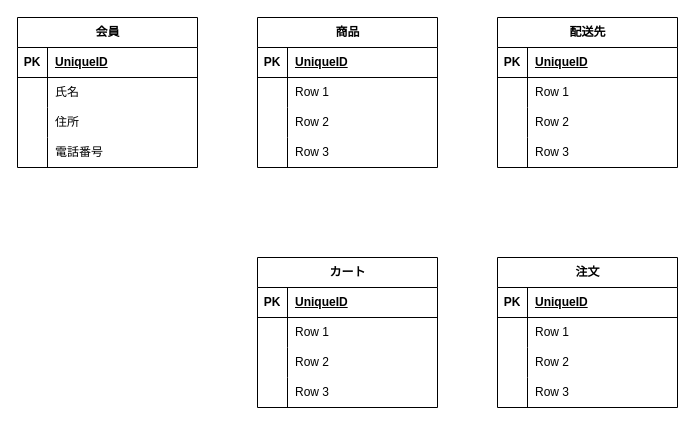
Above: ER図.drawio in Satoko0129/exercises (draw.io), before the change. Source tidied: cells renumbered, new cells numbered last; positions are measured from the earlier drawing's top-left corner, leaving out a move shared by most shapes. Both pictures are drawn from the tidied source at 100%, with x=0, y=0 at pixel (17, 17).
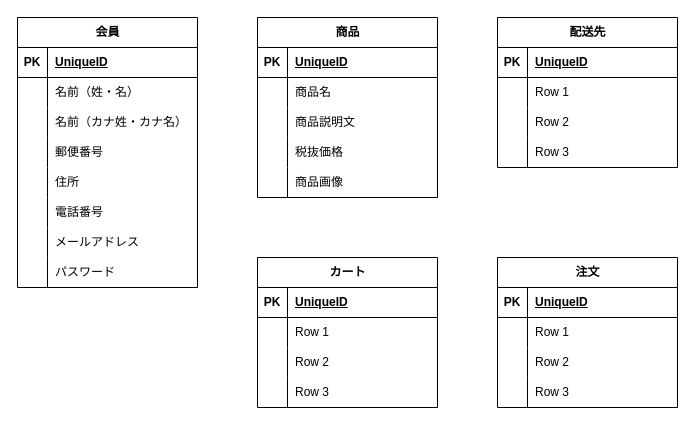
The same diagram, later.

Commit message (it also covers changes not shown here):
ER図.drawio を更新します

Unchanged cells that the change refers to:
```xml
<mxCell id="6" style="shape=tableRow;horizontal=0;startSize=0;swimlaneHead=0;swimlaneBody=0;fillColor=none;top=0;left=0;right=0;bottom=0;" parent="2" vertex="1">
  <mxGeometry y="60" width="180" height="30" as="geometry" />
</mxCell>
<mxCell id="9" style="shape=tableRow;horizontal=0;startSize=0;swimlaneHead=0;swimlaneBody=0;fillColor=none;top=0;left=0;right=0;bottom=0;" parent="2" vertex="1">
  <mxGeometry y="90" width="180" height="30" as="geometry" />
</mxCell>
<mxCell id="12" style="shape=tableRow;horizontal=0;startSize=0;swimlaneHead=0;swimlaneBody=0;fillColor=none;top=0;left=0;right=0;bottom=0;" parent="2" vertex="1">
  <mxGeometry y="120" width="180" height="30" as="geometry" />
</mxCell>
<mxCell id="19" style="shape=tableRow;horizontal=0;startSize=0;swimlaneHead=0;swimlaneBody=0;fillColor=none;top=0;left=0;right=0;bottom=0;" parent="15" vertex="1">
  <mxGeometry y="60" width="180" height="30" as="geometry" />
</mxCell>
<mxCell id="22" style="shape=tableRow;horizontal=0;startSize=0;swimlaneHead=0;swimlaneBody=0;fillColor=none;top=0;left=0;right=0;bottom=0;" parent="15" vertex="1">
  <mxGeometry y="90" width="180" height="30" as="geometry" />
</mxCell>
<mxCell id="25" style="shape=tableRow;horizontal=0;startSize=0;swimlaneHead=0;swimlaneBody=0;fillColor=none;top=0;left=0;right=0;bottom=0;" parent="15" vertex="1">
  <mxGeometry y="120" width="180" height="30" as="geometry" />
</mxCell>
```

Diff of the diagram source:
```diff
@@
     <mxCell id="2" value="会員" style="shape=table;startSize=30;childLayout=tableLayout;rowLines=0;fontStyle=1;align=center;html=1;" parent="1" vertex="1">
-      <mxGeometry width="180" height="150" as="geometry" />
+      <mxGeometry width="180" height="270" as="geometry" />
     </mxCell>
@@
-    <mxCell id="8" value="氏名" style="shape=partialRectangle;fillColor=none;top=0;left=0;bottom=0;right=0;align=left;spacingLeft=6;overflow=hidden;whiteSpace=wrap;html=1;" parent="6" vertex="1">
+    <mxCell id="8" value="名前（姓・名）" style="shape=partialRectangle;fillColor=none;top=0;left=0;bottom=0;right=0;align=left;spacingLeft=6;overflow=hidden;whiteSpace=wrap;html=1;" parent="6" vertex="1">
       <mxGeometry x="30" width="150" height="30" as="geometry" />
     </mxCell>
@@
-    <mxCell id="11" value="住所" style="shape=partialRectangle;fillColor=none;top=0;left=0;bottom=0;right=0;align=left;spacingLeft=6;overflow=hidden;whiteSpace=wrap;html=1;" parent="9" vertex="1">
+    <mxCell id="11" value="名前（カナ姓・カナ名）" style="shape=partialRectangle;fillColor=none;top=0;left=0;bottom=0;right=0;align=left;spacingLeft=6;overflow=hidden;whiteSpace=wrap;html=1;" parent="9" vertex="1">
       <mxGeometry x="30" width="150" height="30" as="geometry" />
     </mxCell>
@@
-    <mxCell id="14" value="電話番号" style="shape=partialRectangle;fillColor=none;top=0;left=0;bottom=0;right=0;align=left;spacingLeft=6;overflow=hidden;whiteSpace=wrap;html=1;" parent="12" vertex="1">
+    <mxCell id="14" value="郵便番号" style="shape=partialRectangle;fillColor=none;top=0;left=0;bottom=0;right=0;align=left;spacingLeft=6;overflow=hidden;whiteSpace=wrap;html=1;" parent="12" vertex="1">
       <mxGeometry x="30" width="150" height="30" as="geometry" />
     </mxCell>
+    <mxCell id="67" style="shape=tableRow;horizontal=0;startSize=0;swimlaneHead=0;swimlaneBody=0;fillColor=none;top=0;left=0;right=0;bottom=0;" parent="2" vertex="1">
+      <mxGeometry y="150" width="180" height="30" as="geometry" />
+    </mxCell>
+    <mxCell id="68" style="shape=partialRectangle;fillColor=none;top=0;left=0;bottom=0;right=0;overflow=hidden;whiteSpace=wrap;html=1;" parent="67" vertex="1">
+      <mxGeometry width="30" height="30" as="geometry" />
+    </mxCell>
+    <mxCell id="69" value="住所" style="shape=partialRectangle;fillColor=none;top=0;left=0;bottom=0;right=0;align=left;spacingLeft=6;overflow=hidden;whiteSpace=wrap;html=1;" parent="67" vertex="1">
+      <mxGeometry x="30" width="150" height="30" as="geometry" />
+    </mxCell>
+    <mxCell id="70" style="shape=tableRow;horizontal=0;startSize=0;swimlaneHead=0;swimlaneBody=0;fillColor=none;top=0;left=0;right=0;bottom=0;" parent="2" vertex="1">
+      <mxGeometry y="180" width="180" height="30" as="geometry" />
+    </mxCell>
+    <mxCell id="71" style="shape=partialRectangle;fillColor=none;top=0;left=0;bottom=0;right=0;overflow=hidden;whiteSpace=wrap;html=1;" parent="70" vertex="1">
+      <mxGeometry width="30" height="30" as="geometry" />
+    </mxCell>
+    <mxCell id="72" value="電話番号" style="shape=partialRectangle;fillColor=none;top=0;left=0;bottom=0;right=0;align=left;spacingLeft=6;overflow=hidden;whiteSpace=wrap;html=1;" parent="70" vertex="1">
+      <mxGeometry x="30" width="150" height="30" as="geometry" />
+    </mxCell>
+    <mxCell id="73" style="shape=tableRow;horizontal=0;startSize=0;swimlaneHead=0;swimlaneBody=0;fillColor=none;top=0;left=0;right=0;bottom=0;" parent="2" vertex="1">
+      <mxGeometry y="210" width="180" height="30" as="geometry" />
+    </mxCell>
+    <mxCell id="74" style="shape=partialRectangle;fillColor=none;top=0;left=0;bottom=0;right=0;overflow=hidden;whiteSpace=wrap;html=1;" parent="73" vertex="1">
+      <mxGeometry width="30" height="30" as="geometry" />
+    </mxCell>
+    <mxCell id="75" value="メールアドレス" style="shape=partialRectangle;fillColor=none;top=0;left=0;bottom=0;right=0;align=left;spacingLeft=6;overflow=hidden;whiteSpace=wrap;html=1;" parent="73" vertex="1">
+      <mxGeometry x="30" width="150" height="30" as="geometry" />
+    </mxCell>
+    <mxCell id="76" style="shape=tableRow;horizontal=0;startSize=0;swimlaneHead=0;swimlaneBody=0;fillColor=none;top=0;left=0;right=0;bottom=0;" parent="2" vertex="1">
+      <mxGeometry y="240" width="180" height="30" as="geometry" />
+    </mxCell>
+    <mxCell id="77" style="shape=partialRectangle;fillColor=none;top=0;left=0;bottom=0;right=0;overflow=hidden;whiteSpace=wrap;html=1;" parent="76" vertex="1">
+      <mxGeometry width="30" height="30" as="geometry" />
+    </mxCell>
+    <mxCell id="78" value="パスワード" style="shape=partialRectangle;fillColor=none;top=0;left=0;bottom=0;right=0;align=left;spacingLeft=6;overflow=hidden;whiteSpace=wrap;html=1;" parent="76" vertex="1">
+      <mxGeometry x="30" width="150" height="30" as="geometry" />
+    </mxCell>
     <mxCell id="15" value="商品" style="shape=table;startSize=30;childLayout=tableLayout;rowLines=0;fontStyle=1;align=center;html=1;" parent="1" vertex="1">
-      <mxGeometry x="240" width="180" height="150" as="geometry" />
+      <mxGeometry x="240" width="180" height="180" as="geometry" />
     </mxCell>
@@
-    <mxCell id="21" value="Row 1" style="shape=partialRectangle;fillColor=none;top=0;left=0;bottom=0;right=0;align=left;spacingLeft=6;overflow=hidden;whiteSpace=wrap;html=1;" parent="19" vertex="1">
+    <mxCell id="21" value="商品名" style="shape=partialRectangle;fillColor=none;top=0;left=0;bottom=0;right=0;align=left;spacingLeft=6;overflow=hidden;whiteSpace=wrap;html=1;" parent="19" vertex="1">
       <mxGeometry x="30" width="150" height="30" as="geometry" />
     </mxCell>
@@
-    <mxCell id="24" value="Row 2" style="shape=partialRectangle;fillColor=none;top=0;left=0;bottom=0;right=0;align=left;spacingLeft=6;overflow=hidden;whiteSpace=wrap;html=1;" parent="22" vertex="1">
+    <mxCell id="24" value="商品説明文" style="shape=partialRectangle;fillColor=none;top=0;left=0;bottom=0;right=0;align=left;spacingLeft=6;overflow=hidden;whiteSpace=wrap;html=1;" parent="22" vertex="1">
       <mxGeometry x="30" width="150" height="30" as="geometry" />
     </mxCell>
@@
-    <mxCell id="27" value="Row 3" style="shape=partialRectangle;fillColor=none;top=0;left=0;bottom=0;right=0;align=left;spacingLeft=6;overflow=hidden;whiteSpace=wrap;html=1;" parent="25" vertex="1">
+    <mxCell id="27" value="税抜価格" style="shape=partialRectangle;fillColor=none;top=0;left=0;bottom=0;right=0;align=left;spacingLeft=6;overflow=hidden;whiteSpace=wrap;html=1;" parent="25" vertex="1">
       <mxGeometry x="30" width="150" height="30" as="geometry" />
     </mxCell>
+    <mxCell id="79" style="shape=tableRow;horizontal=0;startSize=0;swimlaneHead=0;swimlaneBody=0;fillColor=none;top=0;left=0;right=0;bottom=0;" parent="15" vertex="1">
+      <mxGeometry y="150" width="180" height="30" as="geometry" />
+    </mxCell>
+    <mxCell id="80" style="shape=partialRectangle;fillColor=none;top=0;left=0;bottom=0;right=0;overflow=hidden;whiteSpace=wrap;html=1;" parent="79" vertex="1">
+      <mxGeometry width="30" height="30" as="geometry" />
+    </mxCell>
+    <mxCell id="81" value="商品画像" style="shape=partialRectangle;fillColor=none;top=0;left=0;bottom=0;right=0;align=left;spacingLeft=6;overflow=hidden;whiteSpace=wrap;html=1;" parent="79" vertex="1">
+      <mxGeometry x="30" width="150" height="30" as="geometry" />
+    </mxCell>
```
